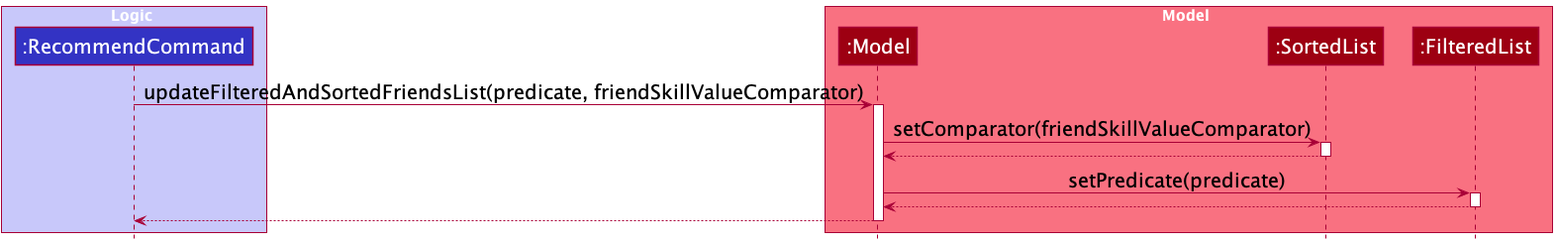
Earlier version of the PlantUML export docs/images/RecommendCommandSequenceDiagram2.png (nus-cs2103-AY2122S1/tp).
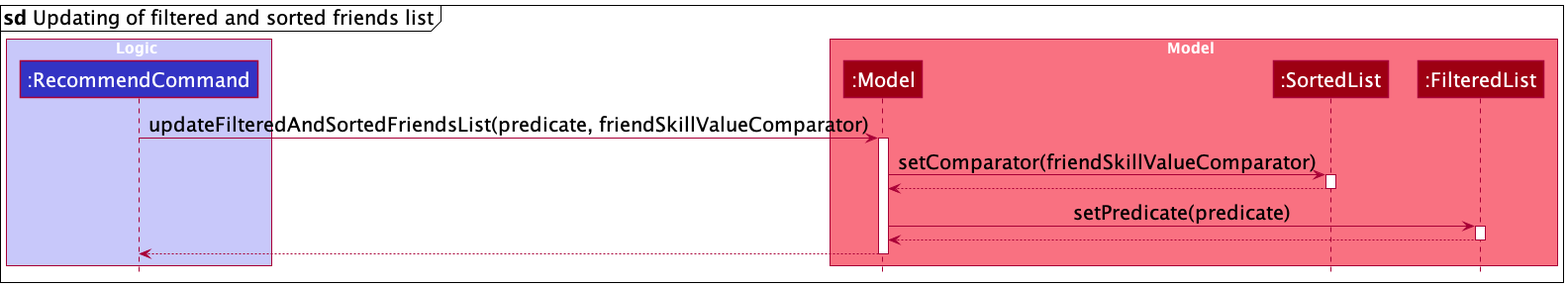
The same file after the commit.

Commit message:
Update ref frame puml

The edit, as a diff of the source:
```diff
@@ -1,6 +1,8 @@
 @startuml
 !include style.puml
 skinparam defaultFontSize 20
+
+mainframe **sd** Updating of filtered and sorted friends list
 
 box Logic LOGIC_COLOR_T1
 Participant ":RecommendCommand" as RecommendCommand LOGIC_COLOR
```
